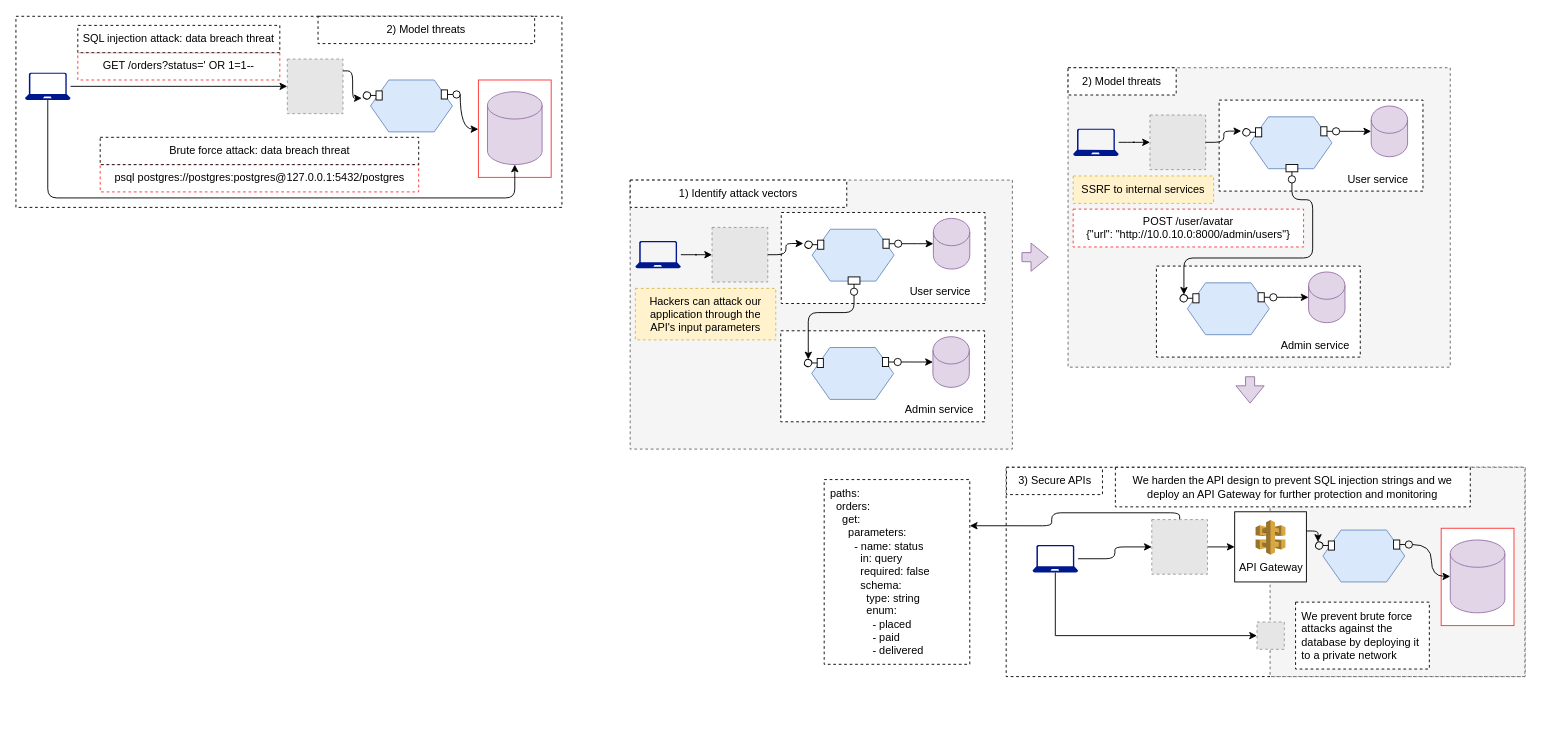
This is page "1.2" (2 of 7) of ch01.drawio from abunuwas/api-sec-book-imgs, a draw.io file, before an edit. Source tidied: cells renumbered, new cells numbered last; positions are measured from the earlier drawing's top-left corner, leaving out a move shared by most shapes. Both pictures are drawn from the tidied source at 91%, with x=0, y=0 at pixel (15, 15). Pictures stored in the file or linked from it are replaced by grey dashed boxes.
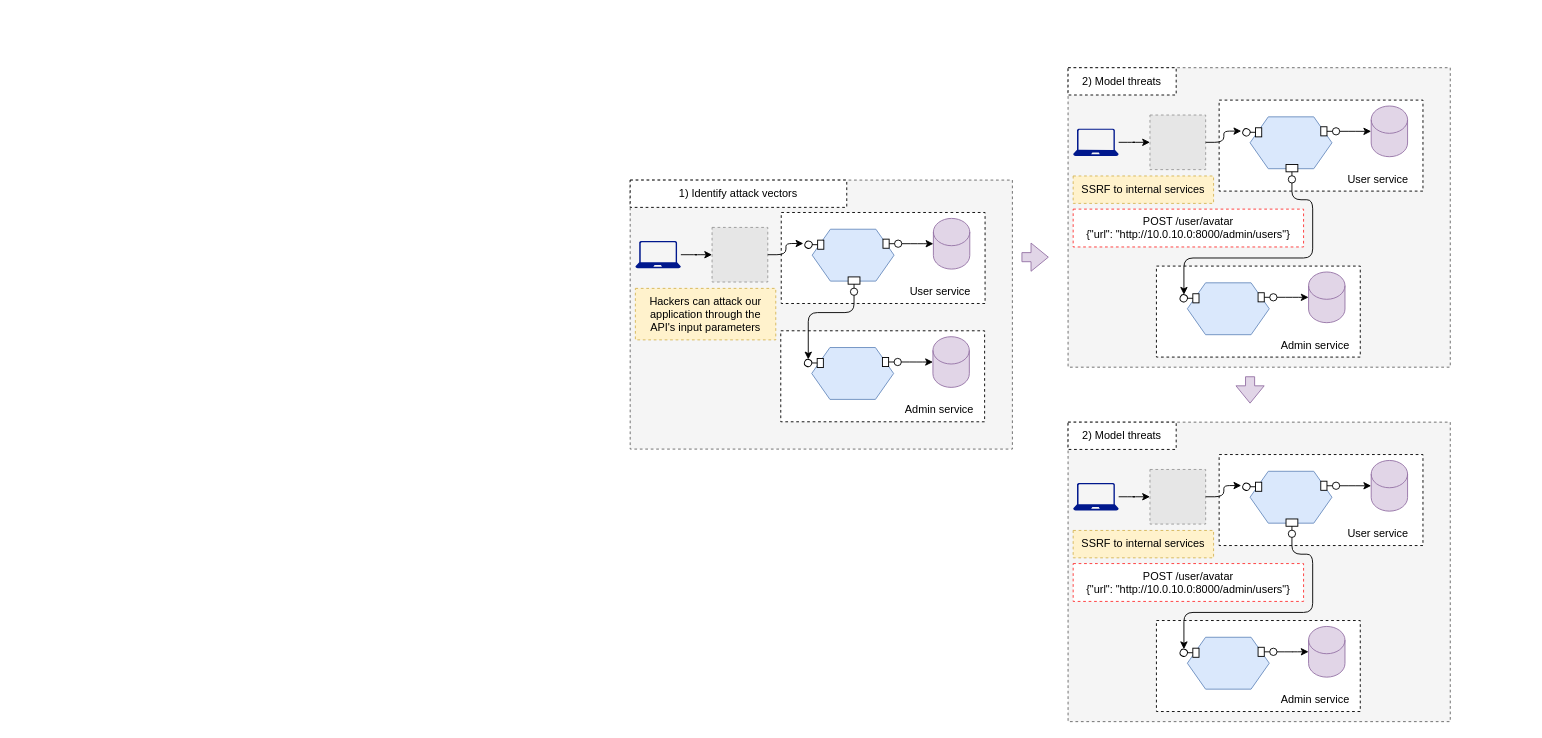
After the change.

Diff of the diagram source:
```diff
@@
-    <mxCell id="5" style="rounded=0;whiteSpace=wrap;html=1;dashed=1;" parent="1" vertex="1">
-      <mxGeometry x="1088.2" y="496" width="570" height="230" as="geometry" />
-    </mxCell>
-    <mxCell id="6" style="rounded=0;whiteSpace=wrap;html=1;fillColor=#f5f5f5;fontColor=#333333;strokeColor=#666666;dashed=1;" parent="1" vertex="1">
-      <mxGeometry x="1378.2" y="496" width="280" height="230" as="geometry" />
-    </mxCell>
-    <mxCell id="7" style="rounded=0;whiteSpace=wrap;html=1;dashed=1;" parent="1" vertex="1">
-      <mxGeometry y="0.4" width="600" height="210" as="geometry" />
-    </mxCell>
-    <mxCell id="8" style="rounded=0;whiteSpace=wrap;html=1;fillColor=default;strokeColor=#FF3333;" parent="1" vertex="1">
-      <mxGeometry x="508.2" y="70.4" width="80" height="107" as="geometry" />
-    </mxCell>
-    <mxCell id="9" style="fillColor=#E6E6E6;strokeColor=#999999;dashed=1;verticalLabelPosition=bottom;verticalAlign=top;" parent="1" vertex="1">
-      <mxGeometry x="298.2" y="47.4" width="61.2" height="60" as="geometry" />
-    </mxCell>
-    <mxCell id="10" style="shape=cylinder3;whiteSpace=wrap;html=1;boundedLbl=1;backgroundOutline=1;size=15;fillColor=#e1d5e7;strokeColor=#9673a6;" parent="1" vertex="1">
-      <mxGeometry x="518.2" y="83.3" width="60" height="80" as="geometry" />
-    </mxCell>
-    <mxCell id="11" style="shape=hexagon;perimeter=hexagonPerimeter2;whiteSpace=wrap;html=1;fixedSize=1;fillColor=#dae8fc;strokeColor=#6c8ebf;" parent="1" vertex="1">
-      <mxGeometry x="389.7" y="70.4" width="90" height="57" as="geometry" />
-    </mxCell>
-    <mxCell id="12" style="edgeStyle=orthogonalEdgeStyle;rounded=1;jettySize=auto;html=1;entryX=0;entryY=0.5;entryDx=0;entryDy=0;" parent="1" edge="1" source="13" target="9">
-      <mxGeometry relative="1" as="geometry" />
-    </mxCell>
-    <mxCell id="13" style="sketch=0;shadow=0;dashed=0;html=1;strokeColor=none;labelPosition=center;verticalLabelPosition=bottom;verticalAlign=top;align=center;fillColor=#00188D;shape=mxgraph.azure.laptop;" parent="1" vertex="1">
-      <mxGeometry x="10" y="62.4" width="50" height="30" as="geometry" />
-    </mxCell>
-    <mxCell id="14" style="html=1;rounded=0;" parent="1" vertex="1">
-      <mxGeometry x="467.4" y="81.3" width="6.8" height="10" as="geometry" />
-    </mxCell>
-    <mxCell id="15" style="endArrow=none;html=1;rounded=0;align=center;verticalAlign=top;endFill=0;labelBackgroundColor=none;endSize=2;" parent="1" edge="1" source="14" target="17">
-      <mxGeometry relative="1" as="geometry" />
-    </mxCell>
-    <mxCell id="16" style="edgeStyle=orthogonalEdgeStyle;jettySize=auto;html=1;curved=1;" parent="1" edge="1" source="17" target="8">
-      <mxGeometry relative="1" as="geometry">
-        <Array as="points">
-          <mxPoint x="488.2" y="124.4" />
-        </Array>
-      </mxGeometry>
-    </mxCell>
-    <mxCell id="17" style="ellipse;html=1;fontSize=11;align=center;fillColor=none;points=[];verticalAlign=bottom;labelPosition=center;verticalLabelPosition=top;flipH=1;" parent="1" vertex="1">
-      <mxGeometry x="480.2" y="82.3" width="8" height="8" as="geometry" />
-    </mxCell>
-    <mxCell id="18" style="html=1;rounded=0;" parent="1" vertex="1">
-      <mxGeometry x="395.7" y="82.4" width="6.8" height="10" as="geometry" />
-    </mxCell>
-    <mxCell id="19" style="endArrow=none;html=1;rounded=0;align=center;verticalAlign=top;endFill=0;labelBackgroundColor=none;endSize=2;exitX=0;exitY=0.5;exitDx=0;exitDy=0;" parent="1" edge="1" source="18" target="20">
-      <mxGeometry relative="1" as="geometry" />
-    </mxCell>
-    <mxCell id="20" style="ellipse;html=1;fontSize=11;align=center;fillColor=none;points=[];verticalAlign=bottom;labelPosition=center;verticalLabelPosition=top;flipH=1;direction=south;rotation=-154;" parent="1" vertex="1">
-      <mxGeometry x="381.7" y="83.4" width="8" height="8" as="geometry" />
-    </mxCell>
-    <mxCell id="21" value="GET /orders?status=' OR 1=1--" style="text;html=1;strokeColor=#FF3333;fillColor=default;align=center;verticalAlign=middle;whiteSpace=wrap;rounded=0;dashed=1;" parent="1" vertex="1">
-      <mxGeometry x="68" y="40.4" width="222" height="30" as="geometry" />
-    </mxCell>
-    <mxCell id="22" style="edgeStyle=orthogonalEdgeStyle;rounded=1;jettySize=auto;html=1;entryX=0.5;entryY=1;entryDx=0;entryDy=0;entryPerimeter=0;" parent="1" edge="1" source="13" target="10">
-      <mxGeometry relative="1" as="geometry">
-        <Array as="points">
-          <mxPoint x="35" y="200" />
-          <mxPoint x="548" y="200" />
-        </Array>
-      </mxGeometry>
-    </mxCell>
-    <mxCell id="23" value="psql postgres://postgres:postgres@127.0.0.1:5432/postgres" style="text;html=1;strokeColor=#FF3333;fillColor=default;align=center;verticalAlign=middle;whiteSpace=wrap;rounded=0;dashed=1;" parent="1" vertex="1">
-      <mxGeometry x="92.6" y="163.4" width="350" height="30" as="geometry" />
-    </mxCell>
-    <mxCell id="24" value="SQL injection attack: data breach threat" style="text;html=1;strokeColor=default;fillColor=default;align=center;verticalAlign=middle;whiteSpace=wrap;rounded=0;dashed=1;" parent="1" vertex="1">
-      <mxGeometry x="68" y="10.4" width="222" height="30" as="geometry" />
-    </mxCell>
-    <mxCell id="25" value="Brute force attack: data breach threat" style="text;html=1;strokeColor=default;fillColor=default;align=center;verticalAlign=middle;whiteSpace=wrap;rounded=0;dashed=1;" parent="1" vertex="1">
-      <mxGeometry x="92.6" y="133.4" width="350" height="30" as="geometry" />
-    </mxCell>
-    <mxCell id="26" value="2) Model threats" style="text;html=1;align=center;verticalAlign=middle;whiteSpace=wrap;rounded=0;dashed=1;fillColor=default;strokeColor=default;" parent="1" vertex="1">
-      <mxGeometry x="332" y="0.4" width="238" height="30" as="geometry" />
-    </mxCell>
@@
-    <mxCell id="41" style="edgeStyle=orthogonalEdgeStyle;rounded=1;jettySize=auto;html=1;entryX=-0.148;entryY=0.973;entryDx=0;entryDy=0;entryPerimeter=0;" parent="1" edge="1" source="9" target="20">
-      <mxGeometry relative="1" as="geometry">
-        <Array as="points">
-          <mxPoint x="370" y="60.4" />
-          <mxPoint x="370" y="90.4" />
-        </Array>
-      </mxGeometry>
-    </mxCell>
@@
-    <mxCell id="43" style="rounded=0;whiteSpace=wrap;html=1;fillColor=default;strokeColor=#FF3333;" parent="1" vertex="1">
-      <mxGeometry x="1566.2" y="563" width="80" height="107" as="geometry" />
-    </mxCell>
-    <mxCell id="44" style="edgeStyle=orthogonalEdgeStyle;rounded=0;jettySize=auto;html=1;entryX=0;entryY=0.5;entryDx=0;entryDy=0;" parent="1" edge="1" source="46" target="60">
-      <mxGeometry relative="1" as="geometry" />
-    </mxCell>
-    <mxCell id="45" style="edgeStyle=orthogonalEdgeStyle;rounded=1;jettySize=auto;html=1;entryX=1;entryY=0.25;entryDx=0;entryDy=0;exitX=0.5;exitY=0;exitDx=0;exitDy=0;" parent="1" edge="1" source="46" target="64">
-      <mxGeometry relative="1" as="geometry">
-        <Array as="points">
-          <mxPoint x="1279.2" y="546" />
-          <mxPoint x="1138.2" y="546" />
-          <mxPoint x="1138.2" y="560" />
-        </Array>
-      </mxGeometry>
-    </mxCell>
-    <mxCell id="46" style="fillColor=#E6E6E6;strokeColor=#999999;dashed=1;verticalLabelPosition=bottom;verticalAlign=top;" parent="1" vertex="1">
-      <mxGeometry x="1248.2" y="553.5" width="61.2" height="60" as="geometry" />
-    </mxCell>
-    <mxCell id="47" style="shape=cylinder3;whiteSpace=wrap;html=1;boundedLbl=1;backgroundOutline=1;size=15;fillColor=#e1d5e7;strokeColor=#9673a6;" parent="1" vertex="1">
-      <mxGeometry x="1576.2" y="575.9" width="60" height="80" as="geometry" />
-    </mxCell>
-    <mxCell id="48" style="shape=hexagon;perimeter=hexagonPerimeter2;whiteSpace=wrap;html=1;fixedSize=1;fillColor=#dae8fc;strokeColor=#6c8ebf;" parent="1" vertex="1">
-      <mxGeometry x="1436.2" y="565" width="90" height="57" as="geometry" />
-    </mxCell>
-    <mxCell id="49" style="edgeStyle=orthogonalEdgeStyle;rounded=1;jettySize=auto;html=1;entryX=0;entryY=0.5;entryDx=0;entryDy=0;" parent="1" edge="1" source="51" target="46">
-      <mxGeometry relative="1" as="geometry" />
-    </mxCell>
-    <mxCell id="50" style="edgeStyle=orthogonalEdgeStyle;rounded=0;jettySize=auto;html=1;entryX=0;entryY=0.5;entryDx=0;entryDy=0;" parent="1" edge="1" source="51" target="63">
-      <mxGeometry relative="1" as="geometry">
-        <Array as="points">
-          <mxPoint x="1142.2" y="681" />
-        </Array>
-      </mxGeometry>
-    </mxCell>
-    <mxCell id="51" style="sketch=0;shadow=0;dashed=0;html=1;strokeColor=none;labelPosition=center;verticalLabelPosition=bottom;verticalAlign=top;align=center;fillColor=#00188D;shape=mxgraph.azure.laptop;" parent="1" vertex="1">
-      <mxGeometry x="1117.2" y="581.5" width="50" height="30" as="geometry" />
-    </mxCell>
-    <mxCell id="52" style="html=1;rounded=0;" parent="1" vertex="1">
-      <mxGeometry x="1513.9" y="575.9" width="6.8" height="10" as="geometry" />
-    </mxCell>
-    <mxCell id="53" style="endArrow=none;html=1;rounded=0;align=center;verticalAlign=top;endFill=0;labelBackgroundColor=none;endSize=2;" parent="1" edge="1" source="52" target="54">
-      <mxGeometry relative="1" as="geometry" />
-    </mxCell>
-    <mxCell id="54" style="ellipse;html=1;fontSize=11;align=center;fillColor=none;points=[];verticalAlign=bottom;labelPosition=center;verticalLabelPosition=top;flipH=1;" parent="1" vertex="1">
-      <mxGeometry x="1526.7" y="576.9" width="8" height="8" as="geometry" />
-    </mxCell>
-    <mxCell id="55" style="edgeStyle=orthogonalEdgeStyle;jettySize=auto;html=1;entryX=0;entryY=0.5;entryDx=0;entryDy=0;entryPerimeter=0;curved=1;" parent="1" edge="1" source="54" target="47">
-      <mxGeometry relative="1" as="geometry" />
-    </mxCell>
-    <mxCell id="56" style="html=1;rounded=0;" parent="1" vertex="1">
-      <mxGeometry x="1442.2" y="577" width="6.8" height="10" as="geometry" />
-    </mxCell>
-    <mxCell id="57" style="endArrow=none;html=1;rounded=0;align=center;verticalAlign=top;endFill=0;labelBackgroundColor=none;endSize=2;exitX=0;exitY=0.5;exitDx=0;exitDy=0;" parent="1" edge="1" source="56" target="58">
-      <mxGeometry relative="1" as="geometry" />
-    </mxCell>
-    <mxCell id="58" style="ellipse;html=1;fontSize=11;align=center;fillColor=none;points=[];verticalAlign=bottom;labelPosition=center;verticalLabelPosition=top;flipH=1;direction=south;rotation=-154;" parent="1" vertex="1">
-      <mxGeometry x="1428.2" y="578" width="8" height="8" as="geometry" />
-    </mxCell>
-    <mxCell id="59" value="3) Secure APIs" style="text;html=1;align=center;verticalAlign=middle;whiteSpace=wrap;rounded=0;dashed=1;fillColor=default;strokeColor=default;" parent="1" vertex="1">
-      <mxGeometry x="1088.5" y="496" width="105.5" height="30" as="geometry" />
-    </mxCell>
-    <mxCell id="60" style="rounded=0;whiteSpace=wrap;html=1;" parent="1" vertex="1">
-      <mxGeometry x="1339.3" y="544.9" width="78.8" height="77.1" as="geometry" />
-    </mxCell>
-    <mxCell id="61" value="API Gateway" style="dashed=0;verticalLabelPosition=bottom;verticalAlign=top;align=center;html=1;shape=mxgraph.aws3.api_gateway;fillColor=#D9A741;gradientColor=none;" parent="1" vertex="1">
-      <mxGeometry x="1362.3" y="554" width="32.8" height="38" as="geometry" />
-    </mxCell>
-    <mxCell id="62" style="edgeStyle=orthogonalEdgeStyle;rounded=1;jettySize=auto;html=1;entryX=0.876;entryY=0.869;entryDx=0;entryDy=0;entryPerimeter=0;" parent="1" edge="1" source="60" target="58">
-      <mxGeometry relative="1" as="geometry">
-        <Array as="points">
-          <mxPoint x="1418.2" y="566" />
-          <mxPoint x="1418.2" y="566" />
-        </Array>
-      </mxGeometry>
-    </mxCell>
-    <mxCell id="63" style="fillColor=#E6E6E6;strokeColor=#999999;dashed=1;html=1;verticalAlign=top;verticalLabelPosition=bottom;labelBackgroundColor=#ffffff;" parent="1" vertex="1">
-      <mxGeometry x="1363.8" y="666" width="30" height="30" as="geometry" />
-    </mxCell>
-    <mxCell id="64" value="&lt;div&gt;paths:&lt;/div&gt;&lt;div&gt;&amp;nbsp; orders:&lt;/div&gt;&lt;div&gt;&amp;nbsp; &amp;nbsp; get:&lt;/div&gt;&lt;div&gt;&amp;nbsp; &amp;nbsp; &amp;nbsp; parameters:&lt;/div&gt;&lt;div&gt;&amp;nbsp; &amp;nbsp; &amp;nbsp; &amp;nbsp; - name: status&lt;/div&gt;&lt;div&gt;&amp;nbsp; &amp;nbsp; &amp;nbsp; &amp;nbsp; &amp;nbsp; in: query&lt;/div&gt;&lt;div&gt;&amp;nbsp; &amp;nbsp; &amp;nbsp; &amp;nbsp; &amp;nbsp; required: false&lt;/div&gt;&lt;div&gt;&amp;nbsp; &amp;nbsp; &amp;nbsp; &amp;nbsp; &amp;nbsp; schema:&lt;/div&gt;&lt;div&gt;&amp;nbsp; &amp;nbsp; &amp;nbsp; &amp;nbsp; &amp;nbsp; &amp;nbsp; type: string&lt;/div&gt;&lt;div&gt;&amp;nbsp; &amp;nbsp; &amp;nbsp; &amp;nbsp; &amp;nbsp; &amp;nbsp; enum:&lt;/div&gt;&lt;div&gt;&amp;nbsp; &amp;nbsp; &amp;nbsp; &amp;nbsp; &amp;nbsp; &amp;nbsp; &amp;nbsp; - placed&lt;/div&gt;&lt;div&gt;&amp;nbsp; &amp;nbsp; &amp;nbsp; &amp;nbsp; &amp;nbsp; &amp;nbsp; &amp;nbsp; - paid&lt;/div&gt;&lt;div&gt;&amp;nbsp; &amp;nbsp; &amp;nbsp; &amp;nbsp; &amp;nbsp; &amp;nbsp; &amp;nbsp; - delivered&lt;/div&gt;" style="text;html=1;align=left;verticalAlign=middle;whiteSpace=wrap;rounded=0;fillColor=default;strokeColor=default;dashed=1;spacingLeft=5;" parent="1" vertex="1">
-      <mxGeometry x="888.2" y="509.5" width="160" height="203" as="geometry" />
-    </mxCell>
@@
-    <mxCell id="67" value="We harden the API design to prevent SQL injection strings and we deploy an API Gateway for further protection and monitoring" style="text;html=1;align=center;verticalAlign=middle;whiteSpace=wrap;rounded=0;dashed=1;fillColor=default;strokeColor=default;" parent="1" vertex="1">
-      <mxGeometry x="1208.2" y="496" width="390" height="43.5" as="geometry" />
-    </mxCell>
-    <mxCell id="68" value="We prevent brute force attacks against the database by deploying it to a private network" style="text;html=1;align=left;verticalAlign=middle;whiteSpace=wrap;rounded=0;dashed=1;fillColor=default;strokeColor=default;spacingLeft=5;" parent="1" vertex="1">
-      <mxGeometry x="1406.2" y="644.2" width="147" height="73.5" as="geometry" />
-    </mxCell>
@@
+    <mxCell id="118" style="rounded=0;whiteSpace=wrap;html=1;dashed=1;fillColor=#f5f5f5;fontColor=#333333;strokeColor=#666666;" parent="1" vertex="1">
+      <mxGeometry x="1156.2" y="446.4" width="420" height="329.1" as="geometry" />
+    </mxCell>
+    <mxCell id="119" style="text;html=1;align=center;verticalAlign=middle;whiteSpace=wrap;rounded=0;strokeColor=default;dashed=1;fillColor=default;" parent="1" vertex="1">
+      <mxGeometry x="1253.3" y="664.4" width="224" height="100" as="geometry" />
+    </mxCell>
+    <mxCell id="120" style="text;html=1;align=center;verticalAlign=middle;whiteSpace=wrap;rounded=0;strokeColor=default;dashed=1;fillColor=default;" parent="1" vertex="1">
+      <mxGeometry x="1322.2" y="482" width="224" height="100" as="geometry" />
+    </mxCell>
+    <mxCell id="121" style="fillColor=#E6E6E6;strokeColor=#999999;dashed=1;verticalLabelPosition=bottom;verticalAlign=top;" parent="1" vertex="1">
+      <mxGeometry x="1246.2" y="498.4" width="61.2" height="60" as="geometry" />
+    </mxCell>
+    <mxCell id="122" style="shape=cylinder3;whiteSpace=wrap;html=1;boundedLbl=1;backgroundOutline=1;size=15;fillColor=#e1d5e7;strokeColor=#9673a6;" parent="1" vertex="1">
+      <mxGeometry x="1489.3" y="488.5" width="40" height="55.7" as="geometry" />
+    </mxCell>
+    <mxCell id="123" style="shape=hexagon;perimeter=hexagonPerimeter2;whiteSpace=wrap;html=1;fixedSize=1;fillColor=#dae8fc;strokeColor=#6c8ebf;" parent="1" vertex="1">
+      <mxGeometry x="1356.2" y="500.4" width="90" height="57" as="geometry" />
+    </mxCell>
+    <mxCell id="124" style="edgeStyle=orthogonalEdgeStyle;rounded=1;jettySize=auto;html=1;entryX=0;entryY=0.5;entryDx=0;entryDy=0;" parent="1" edge="1" source="125" target="121">
+      <mxGeometry relative="1" as="geometry" />
+    </mxCell>
+    <mxCell id="125" style="sketch=0;shadow=0;dashed=0;html=1;strokeColor=none;labelPosition=center;verticalLabelPosition=bottom;verticalAlign=top;align=center;fillColor=#00188D;shape=mxgraph.azure.laptop;" parent="1" vertex="1">
+      <mxGeometry x="1161.8" y="513.4" width="50" height="30" as="geometry" />
+    </mxCell>
+    <mxCell id="126" style="html=1;rounded=0;" parent="1" vertex="1">
+      <mxGeometry x="1433.9" y="511.3" width="6.8" height="10" as="geometry" />
+    </mxCell>
+    <mxCell id="127" style="endArrow=none;html=1;rounded=0;align=center;verticalAlign=top;endFill=0;labelBackgroundColor=none;endSize=2;" parent="1" edge="1" source="126" target="128">
+      <mxGeometry relative="1" as="geometry" />
+    </mxCell>
+    <mxCell id="128" style="ellipse;html=1;fontSize=11;align=center;fillColor=none;points=[];verticalAlign=bottom;labelPosition=center;verticalLabelPosition=top;flipH=1;" parent="1" vertex="1">
+      <mxGeometry x="1446.7" y="512.3" width="8" height="8" as="geometry" />
+    </mxCell>
+    <mxCell id="129" style="edgeStyle=orthogonalEdgeStyle;jettySize=auto;html=1;entryX=0;entryY=0.5;entryDx=0;entryDy=0;entryPerimeter=0;curved=1;" parent="1" edge="1" source="128" target="122">
+      <mxGeometry relative="1" as="geometry" />
+    </mxCell>
+    <mxCell id="130" style="html=1;rounded=0;" parent="1" vertex="1">
+      <mxGeometry x="1362.2" y="512.4" width="6.8" height="10" as="geometry" />
+    </mxCell>
+    <mxCell id="131" style="endArrow=none;html=1;rounded=0;align=center;verticalAlign=top;endFill=0;labelBackgroundColor=none;endSize=2;exitX=0;exitY=0.5;exitDx=0;exitDy=0;" parent="1" edge="1" source="130" target="132">
+      <mxGeometry relative="1" as="geometry" />
+    </mxCell>
+    <mxCell id="132" style="ellipse;html=1;fontSize=11;align=center;fillColor=none;points=[];verticalAlign=bottom;labelPosition=center;verticalLabelPosition=top;flipH=1;direction=south;rotation=-154;" parent="1" vertex="1">
+      <mxGeometry x="1348.2" y="513.4" width="8" height="8" as="geometry" />
+    </mxCell>
+    <mxCell id="133" style="edgeStyle=orthogonalEdgeStyle;rounded=1;jettySize=auto;html=1;entryX=0.339;entryY=1.21;entryDx=0;entryDy=0;entryPerimeter=0;" parent="1" edge="1" source="121" target="132">
+      <mxGeometry relative="1" as="geometry" />
+    </mxCell>
+    <mxCell id="26" value="2) Model threats" style="text;html=1;align=center;verticalAlign=middle;whiteSpace=wrap;rounded=0;dashed=1;fillColor=default;strokeColor=default;" parent="1" vertex="1">
+      <mxGeometry x="1156.2" y="446.4" width="118.8" height="30" as="geometry" />
+    </mxCell>
+    <mxCell id="134" value="SSRF to internal services" style="text;html=1;strokeColor=#d6b656;fillColor=#fff2cc;align=center;verticalAlign=middle;whiteSpace=wrap;rounded=0;dashed=1;spacing=10;" parent="1" vertex="1">
+      <mxGeometry x="1161.8" y="565.4" width="154.3" height="30.1" as="geometry" />
+    </mxCell>
+    <mxCell id="135" value="User service" style="text;html=1;strokeColor=none;fillColor=none;align=center;verticalAlign=middle;whiteSpace=wrap;rounded=0;" parent="1" vertex="1">
+      <mxGeometry x="1446.7" y="555.8" width="100" height="26.6" as="geometry" />
+    </mxCell>
+    <mxCell id="136" style="shape=cylinder3;whiteSpace=wrap;html=1;boundedLbl=1;backgroundOutline=1;size=15;fillColor=#e1d5e7;strokeColor=#9673a6;" parent="1" vertex="1">
+      <mxGeometry x="1420.5" y="670.9" width="40" height="55.7" as="geometry" />
+    </mxCell>
+    <mxCell id="137" style="shape=hexagon;perimeter=hexagonPerimeter2;whiteSpace=wrap;html=1;fixedSize=1;fillColor=#dae8fc;strokeColor=#6c8ebf;" parent="1" vertex="1">
+      <mxGeometry x="1287.3" y="682.8" width="90" height="57" as="geometry" />
+    </mxCell>
+    <mxCell id="138" style="html=1;rounded=0;" parent="1" vertex="1">
+      <mxGeometry x="1365" y="693.8" width="6.8" height="10" as="geometry" />
+    </mxCell>
+    <mxCell id="139" style="endArrow=none;html=1;rounded=0;align=center;verticalAlign=top;endFill=0;labelBackgroundColor=none;endSize=2;" parent="1" edge="1" source="138" target="140">
+      <mxGeometry relative="1" as="geometry" />
+    </mxCell>
+    <mxCell id="140" style="ellipse;html=1;fontSize=11;align=center;fillColor=none;points=[];verticalAlign=bottom;labelPosition=center;verticalLabelPosition=top;flipH=1;" parent="1" vertex="1">
+      <mxGeometry x="1377.8" y="694.8" width="8" height="8" as="geometry" />
+    </mxCell>
+    <mxCell id="141" style="edgeStyle=orthogonalEdgeStyle;jettySize=auto;html=1;entryX=0;entryY=0.5;entryDx=0;entryDy=0;entryPerimeter=0;curved=1;" parent="1" edge="1" source="140" target="136">
+      <mxGeometry relative="1" as="geometry" />
+    </mxCell>
+    <mxCell id="142" style="html=1;rounded=0;" parent="1" vertex="1">
+      <mxGeometry x="1293.3" y="694.8" width="6.8" height="10" as="geometry" />
+    </mxCell>
+    <mxCell id="143" style="endArrow=none;html=1;rounded=0;align=center;verticalAlign=top;endFill=0;labelBackgroundColor=none;endSize=2;exitX=0;exitY=0.5;exitDx=0;exitDy=0;" parent="1" edge="1" source="142" target="144">
+      <mxGeometry relative="1" as="geometry" />
+    </mxCell>
+    <mxCell id="144" style="ellipse;html=1;fontSize=11;align=center;fillColor=none;points=[];verticalAlign=bottom;labelPosition=center;verticalLabelPosition=top;flipH=1;direction=south;rotation=-154;" parent="1" vertex="1">
+      <mxGeometry x="1279.3" y="695.8" width="8" height="8" as="geometry" />
+    </mxCell>
+    <mxCell id="145" value="Admin service" style="text;html=1;strokeColor=none;fillColor=none;align=center;verticalAlign=middle;whiteSpace=wrap;rounded=0;" parent="1" vertex="1">
+      <mxGeometry x="1377.8" y="738.3" width="100" height="26.6" as="geometry" />
+    </mxCell>
+    <mxCell id="146" style="html=1;rounded=0;direction=south;" parent="1" vertex="1">
+      <mxGeometry x="1395.7" y="552.8" width="13" height="8" as="geometry" />
+    </mxCell>
+    <mxCell id="147" style="endArrow=none;html=1;rounded=0;align=center;verticalAlign=top;endFill=0;labelBackgroundColor=none;endSize=2;" parent="1" edge="1" source="146" target="148">
+      <mxGeometry relative="1" as="geometry" />
+    </mxCell>
+    <mxCell id="148" style="ellipse;html=1;fontSize=11;align=center;fillColor=none;points=[];verticalAlign=bottom;labelPosition=center;verticalLabelPosition=top;flipH=1;direction=south;" parent="1" vertex="1">
+      <mxGeometry x="1398.2" y="565.1" width="8" height="8" as="geometry" />
+    </mxCell>
+    <mxCell id="149" style="edgeStyle=orthogonalEdgeStyle;rounded=1;jettySize=auto;html=1;entryX=0.955;entryY=0.691;entryDx=0;entryDy=0;entryPerimeter=0;curved=0;" parent="1" edge="1" source="148" target="144">
+      <mxGeometry relative="1" as="geometry">
+        <Array as="points">
+          <mxPoint x="1402" y="591.5" />
+          <mxPoint x="1425" y="591.5" />
+          <mxPoint x="1425" y="655.5" />
+          <mxPoint x="1283" y="655.5" />
+        </Array>
+      </mxGeometry>
+    </mxCell>
+    <mxCell id="150" value="POST /user/avatar&lt;div&gt;{&quot;url&quot;: &quot;http://10.0.10.0:8000/admin/users&quot;}&lt;/div&gt;" style="text;html=1;strokeColor=#FF3333;fillColor=default;align=center;verticalAlign=middle;whiteSpace=wrap;rounded=0;dashed=1;" parent="1" vertex="1">
+      <mxGeometry x="1161.8" y="601.8" width="253.2" height="41.6" as="geometry" />
+    </mxCell>
```
